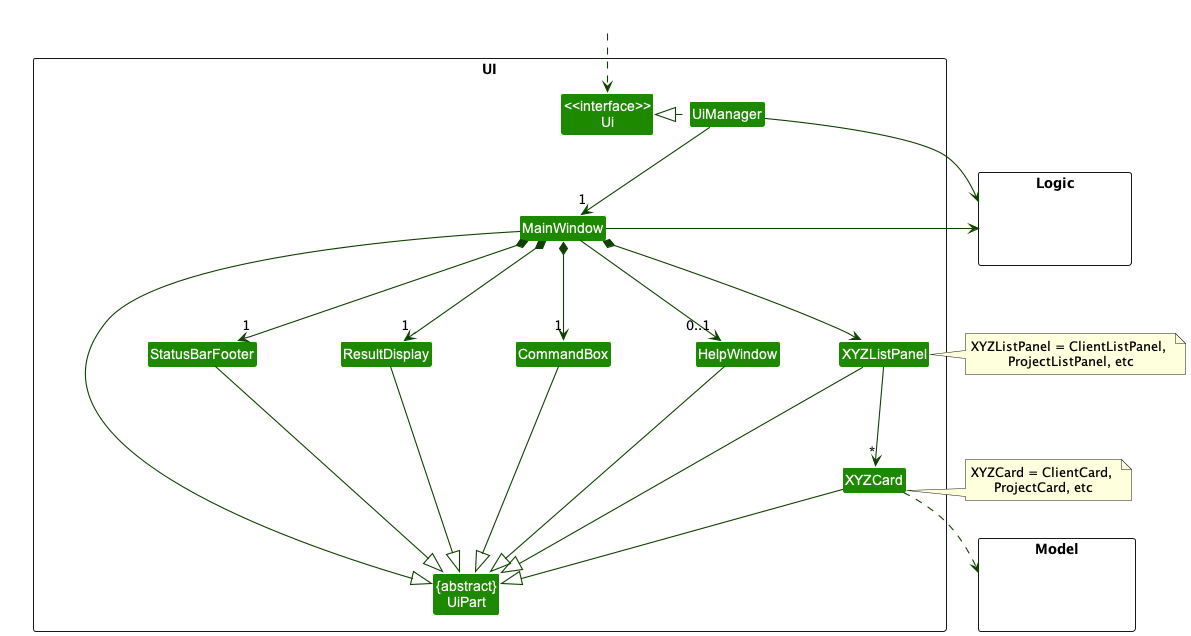
nus-cs2103-AY2223S2/tp keeps this PlantUML diagram as docs/images/UiClassDiagram.png. Above is the earlier version.
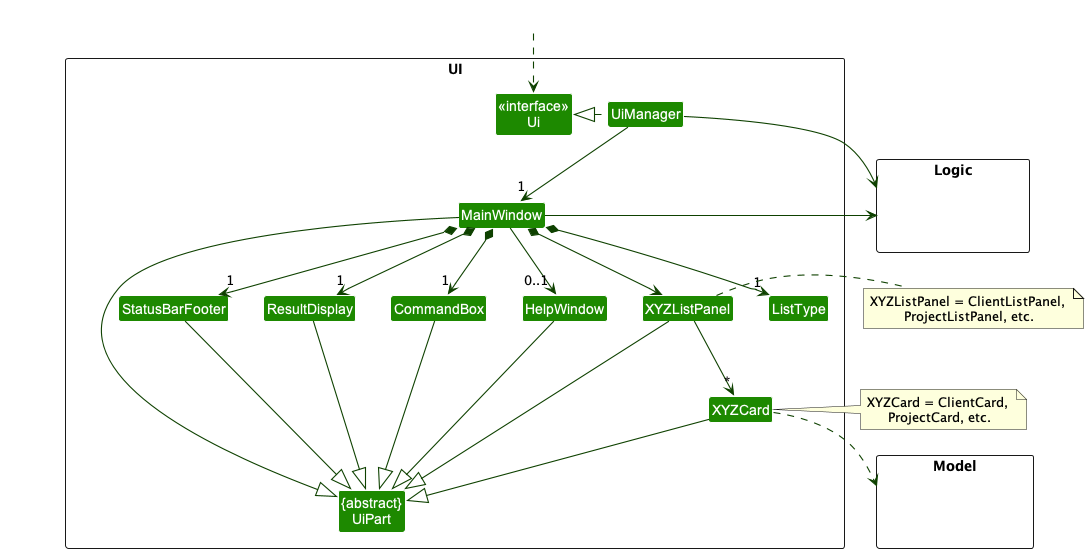
After the commit.

Commit message:
Add delete command diagrams, minor DG changes

Diff of the diagram source:
```diff
@@ -15,6 +15,7 @@
 Class XYZCard
 Class StatusBarFooter
 Class CommandBox
+Class ListType
 }
 
 package Model <<Rectangle>> {
@@ -35,9 +36,10 @@
 MainWindow *-down-> XYZListPanel
 MainWindow *-down-> "1" StatusBarFooter
 MainWindow --> "0..1" HelpWindow
+MainWindow *-down-> "1" ListType
 XYZListPanel -down-> "*" XYZCard
-note right of XYZListPanel: XYZListPanel = ClientListPanel, \nProjectListPanel, etc
-note right of XYZCard: XYZCard = ClientCard, \nProjectCard, etc
+note right of XYZListPanel: XYZListPanel = ClientListPanel, \nProjectListPanel, etc.
+note right of XYZCard: XYZCard = ClientCard, \nProjectCard, etc.
 
 MainWindow -left-|> UiPart
 
```
